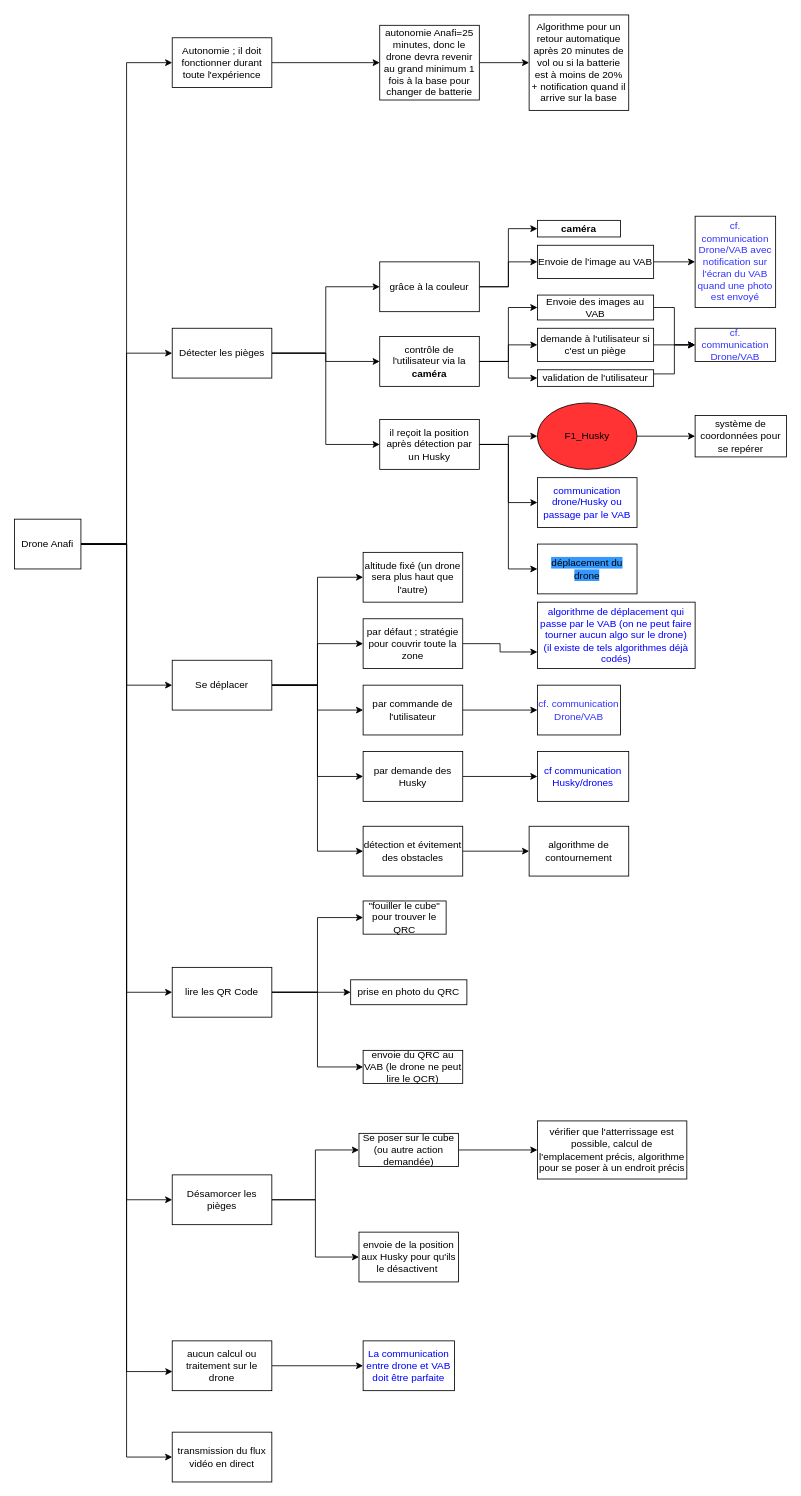
Earlier version of the draw.io diagram Diagrammes/F41.drawio (annieliu52/CoHoMa). Source tidied: cells renumbered, new cells numbered last; positions are measured from the earlier drawing's top-left corner, leaving out a move shared by most shapes. Both pictures are drawn from the tidied source at 83%, with x=0, y=0 at pixel (14, 14).
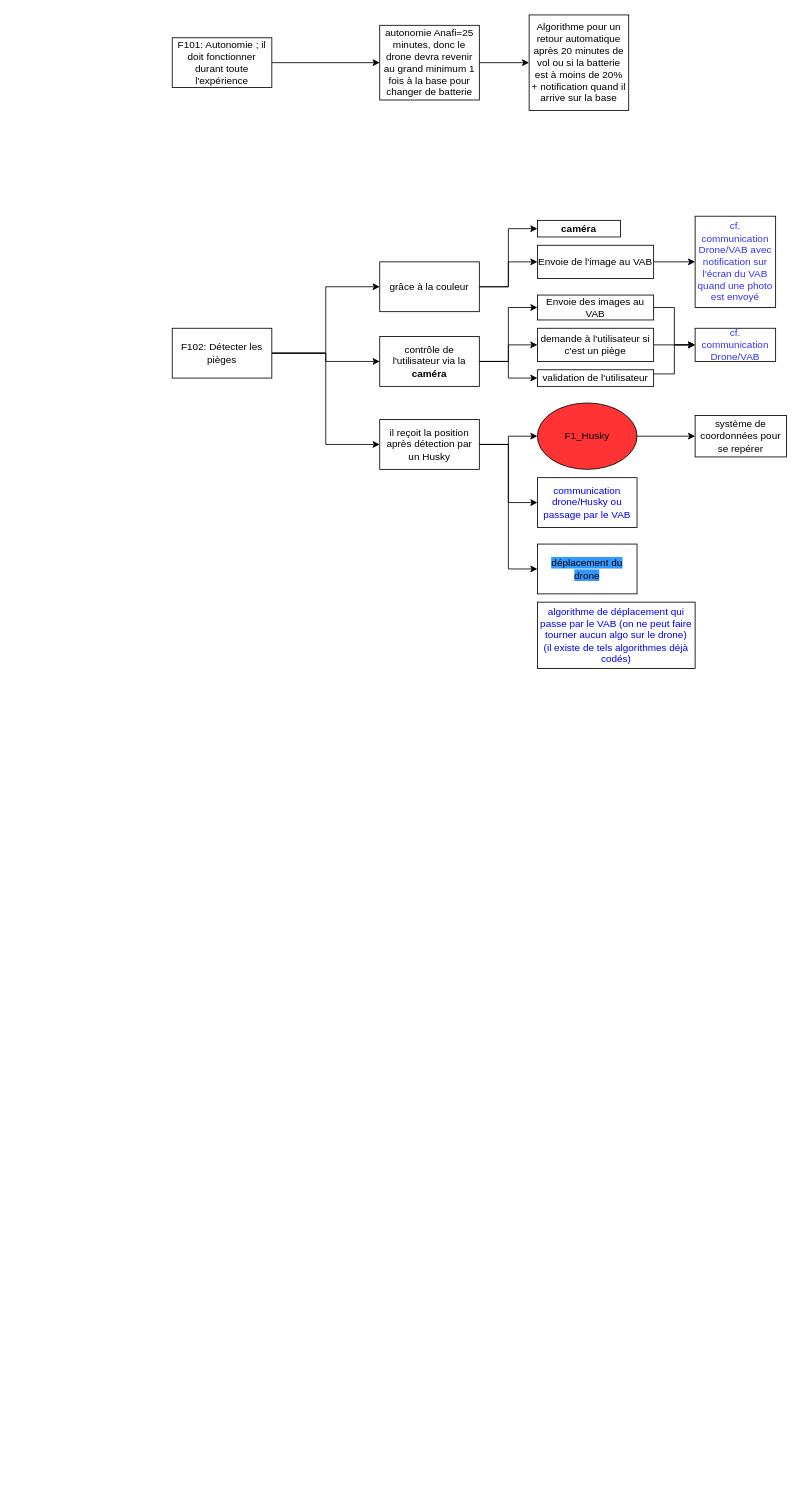
Above is the later version.

The change refers to these unchanged cells:
```xml
<mxCell id="57" value="algorithme de déplacement qui passe par le VAB (on ne peut faire tourner aucun algo sur le drone)&lt;br&gt;(il existe de tels algorithmes déjà codés)" style="rounded=0;whiteSpace=wrap;html=1;labelBackgroundColor=none;fontColor=#0000FF;strokeColor=#000000;fillColor=default;" parent="1" vertex="1">
  <mxGeometry x="630" y="708" width="190" height="80" as="geometry" />
</mxCell>
```

Change to the diagram source:
```diff
@@
-    <mxCell id="5" value="Détecter les pièges" style="rounded=0;whiteSpace=wrap;html=1;" parent="1" vertex="1">
+    <mxCell id="5" value="F102: Détecter les pièges" style="rounded=0;whiteSpace=wrap;html=1;" parent="1" vertex="1">
       <mxGeometry x="190" y="378" width="120" height="60" as="geometry" />
     </mxCell>
-    <mxCell id="6" style="edgeStyle=orthogonalEdgeStyle;rounded=0;jettySize=auto;html=1;exitX=1;exitY=0.5;exitDx=0;exitDy=0;entryX=0;entryY=0.5;entryDx=0;entryDy=0;fontColor=#000000;" parent="1" edge="1" source="11" target="50">
-      <mxGeometry relative="1" as="geometry" />
-    </mxCell>
-    <mxCell id="7" style="edgeStyle=orthogonalEdgeStyle;rounded=0;jettySize=auto;html=1;exitX=1;exitY=0.5;exitDx=0;exitDy=0;entryX=0;entryY=0.5;entryDx=0;entryDy=0;fontColor=#000000;" parent="1" edge="1" source="11" target="52">
-      <mxGeometry relative="1" as="geometry" />
-    </mxCell>
-    <mxCell id="8" style="edgeStyle=orthogonalEdgeStyle;rounded=0;jettySize=auto;html=1;exitX=1;exitY=0.5;exitDx=0;exitDy=0;entryX=0;entryY=0.5;entryDx=0;entryDy=0;fontColor=#000000;" parent="1" edge="1" source="11" target="54">
-      <mxGeometry relative="1" as="geometry" />
-    </mxCell>
-    <mxCell id="9" style="edgeStyle=orthogonalEdgeStyle;rounded=0;jettySize=auto;html=1;exitX=1;exitY=0.5;exitDx=0;exitDy=0;entryX=0;entryY=0.5;entryDx=0;entryDy=0;" parent="1" edge="1" source="11" target="78">
-      <mxGeometry relative="1" as="geometry" />
-    </mxCell>
-    <mxCell id="10" style="edgeStyle=orthogonalEdgeStyle;rounded=0;jettySize=auto;html=1;exitX=1;exitY=0.5;exitDx=0;exitDy=0;entryX=0;entryY=0.5;entryDx=0;entryDy=0;" parent="1" edge="1" source="11" target="80">
-      <mxGeometry relative="1" as="geometry" />
-    </mxCell>
-    <mxCell id="11" value="Se déplacer" style="rounded=0;whiteSpace=wrap;html=1;" parent="1" vertex="1">
-      <mxGeometry x="190" y="778" width="120" height="60" as="geometry" />
-    </mxCell>
-    <mxCell id="12" style="edgeStyle=orthogonalEdgeStyle;rounded=0;jettySize=auto;html=1;exitX=1;exitY=0.5;exitDx=0;exitDy=0;entryX=0;entryY=0.5;entryDx=0;entryDy=0;fontColor=#000000;" parent="1" edge="1" source="14" target="65">
-      <mxGeometry relative="1" as="geometry" />
-    </mxCell>
-    <mxCell id="13" style="edgeStyle=orthogonalEdgeStyle;rounded=0;jettySize=auto;html=1;exitX=1;exitY=0.5;exitDx=0;exitDy=0;entryX=0;entryY=0.5;entryDx=0;entryDy=0;fontColor=#000000;" parent="1" edge="1" source="14" target="67">
-      <mxGeometry relative="1" as="geometry" />
-    </mxCell>
-    <mxCell id="14" value="Désamorcer les pièges" style="rounded=0;whiteSpace=wrap;html=1;" parent="1" vertex="1">
-      <mxGeometry x="190" y="1398" width="120" height="60" as="geometry" />
-    </mxCell>
-    <mxCell id="15" style="edgeStyle=orthogonalEdgeStyle;rounded=0;jettySize=auto;html=1;exitX=1;exitY=0.5;exitDx=0;exitDy=0;entryX=0;entryY=0.5;entryDx=0;entryDy=0;fontColor=#000000;" parent="1" edge="1" source="16" target="69">
-      <mxGeometry relative="1" as="geometry" />
-    </mxCell>
-    <mxCell id="16" value="aucun calcul ou traitement sur le drone" style="rounded=0;whiteSpace=wrap;html=1;" parent="1" vertex="1">
-      <mxGeometry x="190" y="1598" width="120" height="60" as="geometry" />
-    </mxCell>
-    <mxCell id="17" style="edgeStyle=orthogonalEdgeStyle;rounded=0;jettySize=auto;html=1;entryX=0;entryY=0.5;entryDx=0;entryDy=0;" parent="1" edge="1" source="24" target="5">
-      <mxGeometry relative="1" as="geometry" />
-    </mxCell>
-    <mxCell id="18" style="edgeStyle=orthogonalEdgeStyle;rounded=0;jettySize=auto;html=1;exitX=1;exitY=0.5;exitDx=0;exitDy=0;entryX=0;entryY=0.5;entryDx=0;entryDy=0;" parent="1" edge="1" source="24" target="11">
-      <mxGeometry relative="1" as="geometry" />
-    </mxCell>
-    <mxCell id="19" style="edgeStyle=orthogonalEdgeStyle;rounded=0;jettySize=auto;html=1;exitX=1;exitY=0.5;exitDx=0;exitDy=0;entryX=0;entryY=0.5;entryDx=0;entryDy=0;" parent="1" edge="1" source="24" target="14">
-      <mxGeometry relative="1" as="geometry" />
-    </mxCell>
-    <mxCell id="20" style="edgeStyle=orthogonalEdgeStyle;rounded=0;jettySize=auto;html=1;entryX=0.002;entryY=0.617;entryDx=0;entryDy=0;entryPerimeter=0;" parent="1" edge="1" source="24" target="16">
-      <mxGeometry relative="1" as="geometry" />
-    </mxCell>
-    <mxCell id="21" style="edgeStyle=orthogonalEdgeStyle;rounded=0;jettySize=auto;html=1;exitX=1;exitY=0.5;exitDx=0;exitDy=0;entryX=0;entryY=0.5;entryDx=0;entryDy=0;fontColor=#000000;" parent="1" edge="1" source="24" target="61">
-      <mxGeometry relative="1" as="geometry" />
-    </mxCell>
-    <mxCell id="22" style="edgeStyle=orthogonalEdgeStyle;rounded=0;jettySize=auto;html=1;exitX=1;exitY=0.5;exitDx=0;exitDy=0;entryX=0;entryY=0.5;entryDx=0;entryDy=0;" parent="1" edge="1" source="24" target="71">
-      <mxGeometry relative="1" as="geometry" />
-    </mxCell>
-    <mxCell id="23" style="edgeStyle=orthogonalEdgeStyle;rounded=0;jettySize=auto;html=1;exitX=1;exitY=0.5;exitDx=0;exitDy=0;entryX=0;entryY=0.5;entryDx=0;entryDy=0;" parent="1" edge="1" source="24" target="82">
-      <mxGeometry relative="1" as="geometry" />
-    </mxCell>
-    <mxCell id="24" value="Drone Anafi" style="rounded=0;whiteSpace=wrap;html=1;" parent="1" vertex="1">
-      <mxGeometry y="608" width="80" height="60" as="geometry" />
-    </mxCell>
@@
-    <mxCell id="49" style="edgeStyle=orthogonalEdgeStyle;rounded=0;jettySize=auto;html=1;exitX=1;exitY=0.5;exitDx=0;exitDy=0;entryX=0;entryY=0.75;entryDx=0;entryDy=0;fontColor=#0000FF;" parent="1" edge="1" source="50" target="57">
-      <mxGeometry relative="1" as="geometry" />
-    </mxCell>
-    <mxCell id="50" value="par défaut ; stratégie pour couvrir toute la zone" style="rounded=0;whiteSpace=wrap;html=1;labelBackgroundColor=none;fontColor=#000000;strokeColor=#000000;fillColor=default;" parent="1" vertex="1">
-      <mxGeometry x="420" y="728" width="120" height="60" as="geometry" />
-    </mxCell>
-    <mxCell id="51" style="edgeStyle=orthogonalEdgeStyle;rounded=0;jettySize=auto;html=1;exitX=1;exitY=0.5;exitDx=0;exitDy=0;entryX=0;entryY=0.5;entryDx=0;entryDy=0;fontColor=#000000;" parent="1" edge="1" source="52" target="56">
-      <mxGeometry relative="1" as="geometry" />
-    </mxCell>
-    <mxCell id="52" value="par commande de l'utilisateur" style="rounded=0;whiteSpace=wrap;html=1;labelBackgroundColor=none;fontColor=#000000;strokeColor=#000000;fillColor=default;" parent="1" vertex="1">
-      <mxGeometry x="420" y="808" width="120" height="60" as="geometry" />
-    </mxCell>
-    <mxCell id="53" style="edgeStyle=orthogonalEdgeStyle;rounded=0;jettySize=auto;html=1;exitX=1;exitY=0.5;exitDx=0;exitDy=0;entryX=0;entryY=0.5;entryDx=0;entryDy=0;fontColor=#000000;" parent="1" edge="1" source="54" target="55">
-      <mxGeometry relative="1" as="geometry" />
-    </mxCell>
-    <mxCell id="54" value="par demande des Husky" style="rounded=0;whiteSpace=wrap;html=1;labelBackgroundColor=none;fontColor=#000000;strokeColor=#000000;fillColor=default;" parent="1" vertex="1">
-      <mxGeometry x="420" y="888" width="120" height="60" as="geometry" />
-    </mxCell>
-    <mxCell id="55" value="&lt;font color=&quot;#0000ff&quot;&gt;cf communication Husky/drones&lt;/font&gt;" style="rounded=0;whiteSpace=wrap;html=1;labelBackgroundColor=none;fontColor=#000000;strokeColor=#000000;fillColor=default;" parent="1" vertex="1">
-      <mxGeometry x="630" y="888" width="110" height="60" as="geometry" />
-    </mxCell>
-    <mxCell id="56" value="&lt;font color=&quot;#3333ff&quot;&gt;cf. communication Drone/VAB&lt;/font&gt;" style="rounded=0;whiteSpace=wrap;html=1;labelBackgroundColor=none;fontColor=#000000;fillColor=#FFFFFF;" parent="1" vertex="1">
-      <mxGeometry x="630" y="808" width="100" height="60" as="geometry" />
-    </mxCell>
@@
-    <mxCell id="58" style="edgeStyle=orthogonalEdgeStyle;rounded=0;jettySize=auto;html=1;exitX=1;exitY=0.5;exitDx=0;exitDy=0;entryX=0;entryY=0.5;entryDx=0;entryDy=0;fontColor=#000000;" parent="1" edge="1" source="61" target="62">
-      <mxGeometry relative="1" as="geometry" />
-    </mxCell>
-    <mxCell id="59" style="edgeStyle=orthogonalEdgeStyle;rounded=0;jettySize=auto;html=1;exitX=1;exitY=0.5;exitDx=0;exitDy=0;entryX=0;entryY=0.5;entryDx=0;entryDy=0;fontColor=#000000;" parent="1" edge="1" source="61" target="63">
-      <mxGeometry relative="1" as="geometry" />
-    </mxCell>
-    <mxCell id="60" style="edgeStyle=orthogonalEdgeStyle;rounded=0;jettySize=auto;html=1;exitX=1;exitY=0.5;exitDx=0;exitDy=0;entryX=0;entryY=0.5;entryDx=0;entryDy=0;fontColor=#000000;" parent="1" edge="1" source="61" target="68">
-      <mxGeometry relative="1" as="geometry" />
-    </mxCell>
-    <mxCell id="61" value="&lt;font color=&quot;#000000&quot;&gt;lire les QR Code&lt;/font&gt;" style="rounded=0;whiteSpace=wrap;html=1;labelBackgroundColor=none;fontColor=#0000FF;strokeColor=#000000;fillColor=default;" parent="1" vertex="1">
-      <mxGeometry x="190" y="1148" width="120" height="60" as="geometry" />
-    </mxCell>
-    <mxCell id="62" value="&quot;fouiller le cube&quot; pour trouver le QRC" style="rounded=0;whiteSpace=wrap;html=1;labelBackgroundColor=none;fontColor=#000000;strokeColor=#000000;fillColor=default;" parent="1" vertex="1">
-      <mxGeometry x="420" y="1068" width="100" height="40" as="geometry" />
-    </mxCell>
-    <mxCell id="63" value="envoie du QRC au VAB (le drone ne peut lire le QCR)" style="rounded=0;whiteSpace=wrap;html=1;labelBackgroundColor=none;fontColor=#000000;strokeColor=#000000;fillColor=default;" parent="1" vertex="1">
-      <mxGeometry x="420" y="1248" width="120" height="40" as="geometry" />
-    </mxCell>
-    <mxCell id="64" style="edgeStyle=orthogonalEdgeStyle;rounded=0;jettySize=auto;html=1;exitX=1;exitY=0.5;exitDx=0;exitDy=0;entryX=0;entryY=0.5;entryDx=0;entryDy=0;fontColor=#000000;" parent="1" edge="1" source="65" target="66">
-      <mxGeometry relative="1" as="geometry" />
-    </mxCell>
-    <mxCell id="65" value="Se poser sur le cube (ou autre action demandée)" style="rounded=0;whiteSpace=wrap;html=1;labelBackgroundColor=none;fontColor=#000000;strokeColor=#000000;fillColor=default;" parent="1" vertex="1">
-      <mxGeometry x="415" y="1348" width="120" height="40" as="geometry" />
-    </mxCell>
-    <mxCell id="66" value="vérifier que l'atterrissage est possible, calcul de l'emplacement précis, algorithme pour se poser à un endroit précis" style="rounded=0;whiteSpace=wrap;html=1;labelBackgroundColor=none;fontColor=#000000;strokeColor=#000000;fillColor=default;" parent="1" vertex="1">
-      <mxGeometry x="630" y="1333" width="180" height="70" as="geometry" />
-    </mxCell>
-    <mxCell id="67" value="envoie de la position aux Husky pour qu'ils le désactivent&amp;nbsp;" style="rounded=0;whiteSpace=wrap;html=1;labelBackgroundColor=none;fontColor=#000000;strokeColor=#000000;fillColor=default;" parent="1" vertex="1">
-      <mxGeometry x="415" y="1467" width="120" height="60" as="geometry" />
-    </mxCell>
-    <mxCell id="68" value="prise en photo du QRC" style="rounded=0;whiteSpace=wrap;html=1;labelBackgroundColor=none;fontColor=#000000;strokeColor=#000000;fillColor=default;" parent="1" vertex="1">
-      <mxGeometry x="405" y="1163" width="140" height="30" as="geometry" />
-    </mxCell>
-    <mxCell id="69" value="&lt;font color=&quot;#0000ff&quot;&gt;La communication entre drone et VAB doit être parfaite&lt;/font&gt;" style="rounded=0;whiteSpace=wrap;html=1;labelBackgroundColor=none;fontColor=#000000;strokeColor=#000000;fillColor=default;" parent="1" vertex="1">
-      <mxGeometry x="420" y="1598" width="110" height="60" as="geometry" />
-    </mxCell>
@@
-    <mxCell id="71" value="Autonomie ; il doit fonctionner durant toute l'expérience" style="rounded=0;whiteSpace=wrap;html=1;" parent="1" vertex="1">
+    <mxCell id="71" value="F101: Autonomie ; il doit fonctionner durant toute l'expérience" style="rounded=0;whiteSpace=wrap;html=1;" parent="1" vertex="1">
       <mxGeometry x="190" y="28" width="120" height="60" as="geometry" />
     </mxCell>
@@
-    <mxCell id="78" value="altitude fixé (un drone sera plus haut que l'autre)" style="rounded=0;whiteSpace=wrap;html=1;" parent="1" vertex="1">
-      <mxGeometry x="420" y="648" width="120" height="60" as="geometry" />
-    </mxCell>
-    <mxCell id="79" style="edgeStyle=orthogonalEdgeStyle;rounded=0;jettySize=auto;html=1;" parent="1" edge="1" source="80" target="81">
-      <mxGeometry relative="1" as="geometry" />
-    </mxCell>
-    <mxCell id="80" value="détection et évitement des obstacles" style="rounded=0;whiteSpace=wrap;html=1;" parent="1" vertex="1">
-      <mxGeometry x="420" y="978" width="120" height="60" as="geometry" />
-    </mxCell>
-    <mxCell id="81" value="algorithme de contournement" style="rounded=0;whiteSpace=wrap;html=1;" parent="1" vertex="1">
-      <mxGeometry x="620" y="978" width="120" height="60" as="geometry" />
-    </mxCell>
-    <mxCell id="82" value="transmission du flux vidéo en direct" style="rounded=0;whiteSpace=wrap;html=1;" parent="1" vertex="1">
-      <mxGeometry x="190" y="1708" width="120" height="60" as="geometry" />
-    </mxCell>
```
